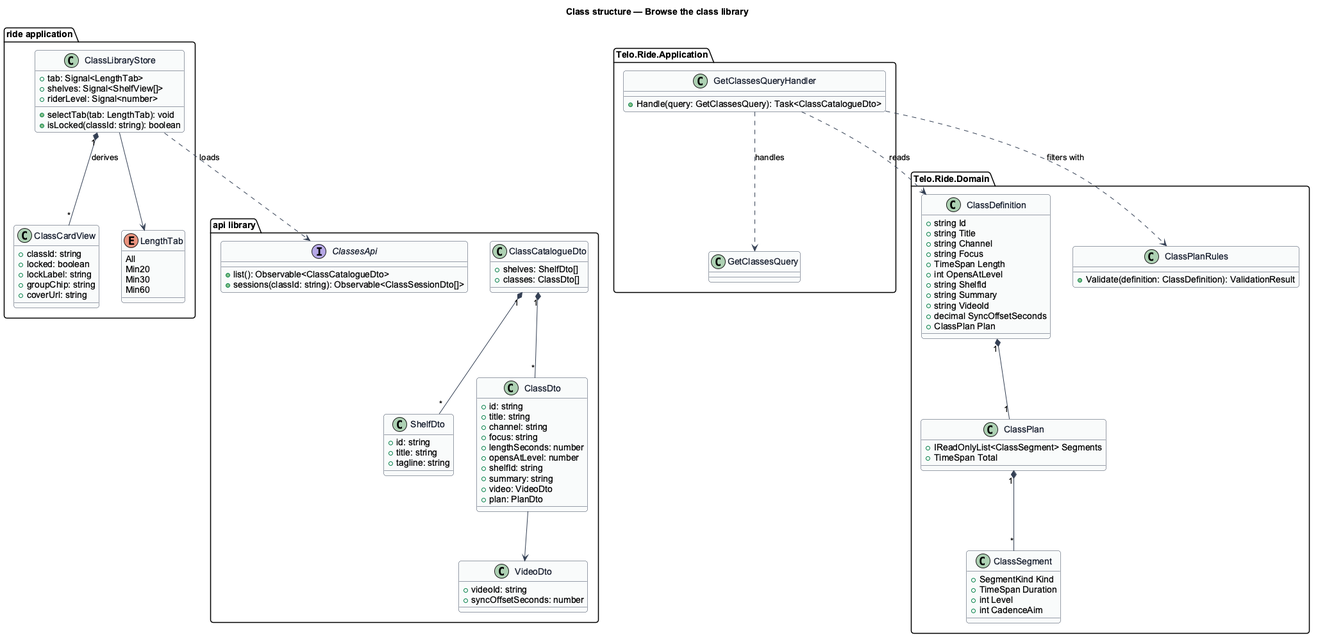
Before: docs/detailed-designs/classes/browse-the-class-library/diagrams/class-structure.png, a diagram exported from PlantUML (QuinntyneBrown/ride-one).
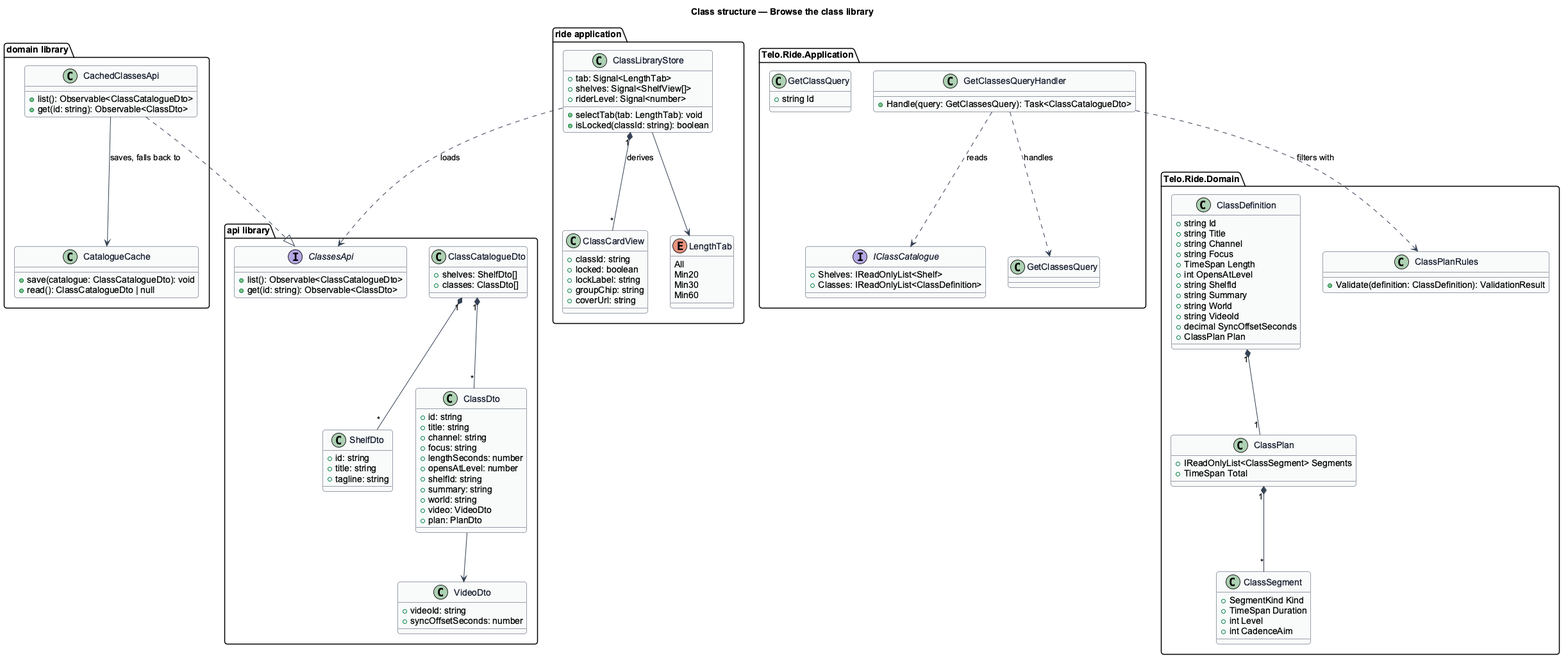
The same diagram one commit later.

Commit message:
Settle the class catalogue for slice 6.1

Change to the diagram source:
```diff
@@ -15,7 +15,7 @@
 package "api library" {
   interface ClassesApi {
     +list(): Observable<ClassCatalogueDto>
-    +sessions(classId: string): Observable<ClassSessionDto[]>
+    +get(id: string): Observable<ClassDto>
   }
   class ClassCatalogueDto {
     +shelves: ShelfDto[]
@@ -35,12 +35,23 @@
     +opensAtLevel: number
     +shelfId: string
     +summary: string
+    +world: string
     +video: VideoDto
     +plan: PlanDto
   }
   class VideoDto {
     +videoId: string
     +syncOffsetSeconds: number
+  }
+}
+package "domain library" {
+  class CachedClassesApi {
+    +list(): Observable<ClassCatalogueDto>
+    +get(id: string): Observable<ClassDto>
+  }
+  class CatalogueCache {
+    +save(catalogue: ClassCatalogueDto): void
+    +read(): ClassCatalogueDto | null
   }
 }
 package "ride application" {
@@ -75,6 +86,7 @@
     +int OpensAtLevel
     +string ShelfId
     +string Summary
+    +string World
     +string VideoId
     +decimal SyncOffsetSeconds
     +ClassPlan Plan
@@ -94,7 +106,14 @@
   }
 }
 package "Telo.Ride.Application" {
+  interface IClassCatalogue {
+    +Shelves: IReadOnlyList<Shelf>
+    +Classes: IReadOnlyList<ClassDefinition>
+  }
   class GetClassesQuery
+  class GetClassQuery {
+    +string Id
+  }
   class GetClassesQueryHandler {
     +Handle(query: GetClassesQuery): Task<ClassCatalogueDto>
   }
@@ -109,5 +128,7 @@
 ClassPlan "1" *-- "*" ClassSegment
 GetClassesQueryHandler ..> GetClassesQuery : handles
 GetClassesQueryHandler ..> ClassPlanRules : filters with
-GetClassesQueryHandler ..> ClassDefinition : reads
+GetClassesQueryHandler ..> IClassCatalogue : reads
+CachedClassesApi ..|> ClassesApi
+CachedClassesApi --> CatalogueCache : saves, falls back to
 @enduml
```
